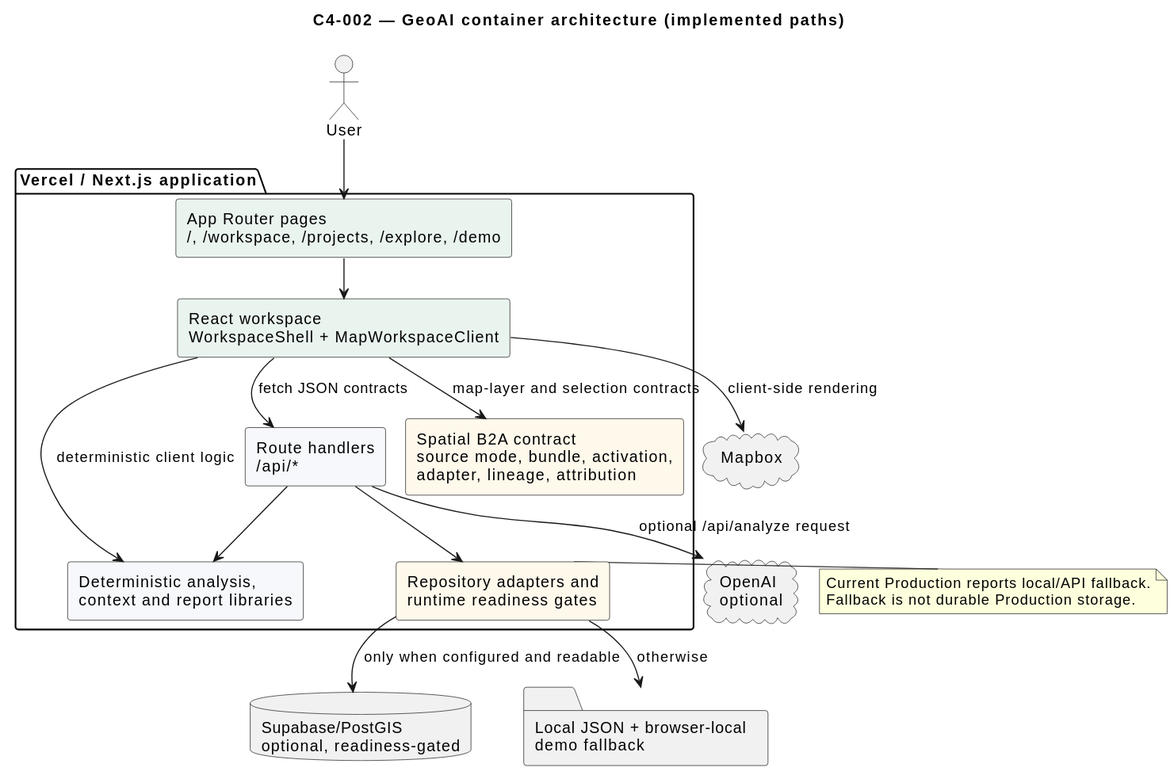
The PlantUML diagram docs/artifacts/rendered/C4-002-container-architecture.svg in mmgolikov/geoai-mvp, before a commit.
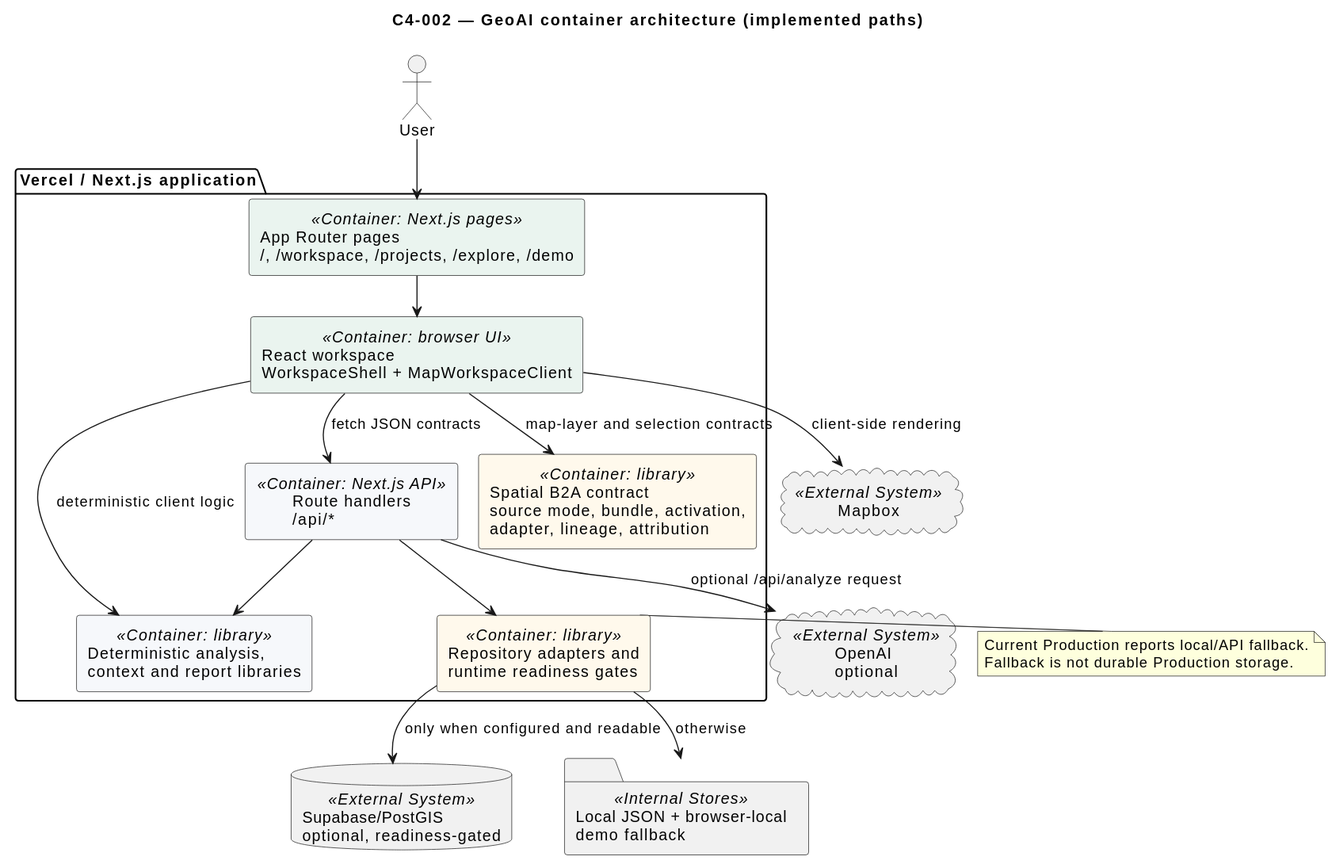
The same file after the commit.

Change to the diagram source:
```diff
@@ -8,17 +8,17 @@
 
 actor User
 package "Vercel / Next.js application" {
-  component "App Router pages\n/, /workspace, /projects, /explore, /demo" as Pages #EAF4EF
-  component "React workspace\nWorkspaceShell + MapWorkspaceClient" as Workspace #EAF4EF
-  component "Route handlers\n/api/*" as Api #F6F8FB
-  component "Deterministic analysis,\ncontext and report libraries" as Domain #F6F8FB
-  component "Repository adapters and\nruntime readiness gates" as Repositories #FFF9EC
-  component "Spatial B2A contract\nsource mode, bundle, activation,\nadapter, lineage, attribution" as Spatial #FFF9EC
+  component "App Router pages\n/, /workspace, /projects, /explore, /demo" as Pages <<Container: Next.js pages>> #EAF4EF
+  component "React workspace\nWorkspaceShell + MapWorkspaceClient" as Workspace <<Container: browser UI>> #EAF4EF
+  component "Route handlers\n/api/*" as Api <<Container: Next.js API>> #F6F8FB
+  component "Deterministic analysis,\ncontext and report libraries" as Domain <<Container: library>> #F6F8FB
+  component "Repository adapters and\nruntime readiness gates" as Repositories <<Container: library>> #FFF9EC
+  component "Spatial B2A contract\nsource mode, bundle, activation,\nadapter, lineage, attribution" as Spatial <<Container: library>> #FFF9EC
 }
-database "Supabase/PostGIS\noptional, readiness-gated" as Supabase
-folder "Local JSON + browser-local\ndemo fallback" as Fallback
-cloud "Mapbox" as Mapbox
-cloud "OpenAI\noptional" as OpenAI
+database "Supabase/PostGIS\noptional, readiness-gated" as Supabase <<External System>>
+folder "Local JSON + browser-local\ndemo fallback" as Fallback <<Internal Stores>>
+cloud "Mapbox" as Mapbox <<External System>>
+cloud "OpenAI\noptional" as OpenAI <<External System>>
 
 User --> Pages
 Pages --> Workspace
```
